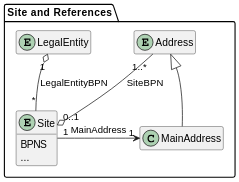
Before: docs/standards/CX-0010-BusinessPartnerNumber/assets/diagrams/class/site-simple.svg, a diagram exported from PlantUML (catenax-eV/catenax-ev.github.io). The source it was exported from:
```plantuml
@startuml site-simple

skinparam dpi 50

package "Site and References" {
  entity LegalEntity {}

  entity Site {
    BPNS
    ...
  }

  entity Address {}

  class MainAddress {}

  Site "*" -u-o "1" LegalEntity : LegalEntityBPN
  Address "1..*" -d-o "0..1" Site: SiteBPN

  Site "1" -r-> "1" MainAddress : MainAddress
  MainAddress -u-|> Address
}

hide methods
hide MainAddress members
hide LegalEntity members
hide Address members
@enduml
```
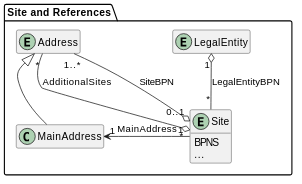
Later version of the same file.

Change to the diagram source:
```diff
@@ -1,5 +1,4 @@
-@startuml site-simple
-
+@startuml
 skinparam dpi 50
 
 package "Site and References" {
@@ -16,6 +15,7 @@
 
   Site "*" -u-o "1" LegalEntity : LegalEntityBPN
   Address "1..*" -d-o "0..1" Site: SiteBPN
+  Address "*" -d-o "*" Site : AdditionalSites
 
   Site "1" -r-> "1" MainAddress : MainAddress
   MainAddress -u-|> Address
```
